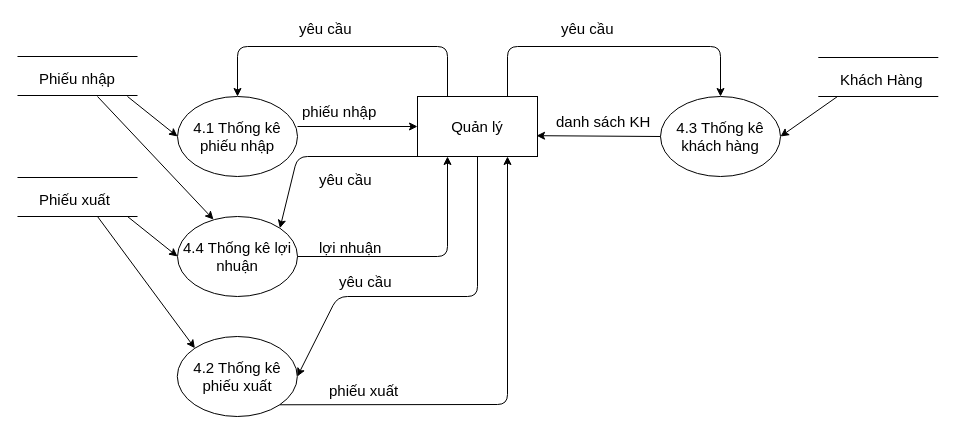
Earlier version of the draw.io diagram DatabaseAnalyst/final/edit/ThongKeBaoCao_MucDuoiDinh.drawio (thienqnpro02/school). Source tidied: cells renumbered, new cells numbered last; positions are measured from the earlier drawing's top-left corner, leaving out a move shared by most shapes. Both pictures are drawn from the tidied source at 100%, with x=0, y=0 at pixel (17, 17).
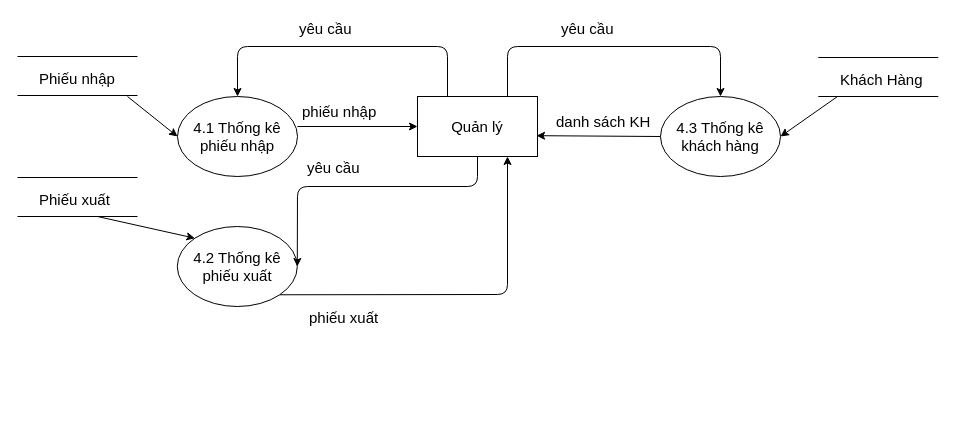
After the change.

The change refers to these unchanged cells:
```xml
<mxCell id="5" value="Quản lý" style="rounded=0;whiteSpace=wrap;html=1;fontSize=15;" parent="1" vertex="1">
  <mxGeometry x="400" y="79" width="120" height="60" as="geometry" />
</mxCell>
```

What changed in the source:
```diff
@@
-    <mxCell id="3" value="4.4 Thống kê lợi nhuận" style="ellipse;whiteSpace=wrap;html=1;fontSize=15;" parent="1" vertex="1">
-      <mxGeometry x="160" y="199" width="120" height="80" as="geometry" />
-    </mxCell>
@@
     <mxCell id="6" value="4.2 Thống kê phiếu xuất" style="ellipse;whiteSpace=wrap;html=1;fontSize=15;" parent="1" vertex="1">
-      <mxGeometry x="159.8" y="319" width="120" height="80" as="geometry" />
+      <mxGeometry x="159.8" y="209" width="120" height="80" as="geometry" />
     </mxCell>
@@
-    <mxCell id="8" style="endArrow=classic;html=1;entryX=1;entryY=0;entryDx=0;entryDy=0;exitX=0.25;exitY=1;exitDx=0;exitDy=0;" parent="1" edge="1" source="5" target="3">
-      <mxGeometry relative="1" as="geometry">
-        <Array as="points">
-          <mxPoint x="280" y="139" />
-        </Array>
-      </mxGeometry>
-    </mxCell>
@@
     <mxCell id="20" style="endArrow=classic;html=1;entryX=1;entryY=0.5;entryDx=0;entryDy=0;exitX=0.5;exitY=1;exitDx=0;exitDy=0;" parent="1" edge="1" source="5" target="6">
       <mxGeometry relative="1" as="geometry">
         <Array as="points">
-          <mxPoint x="460" y="279" />
-          <mxPoint x="320" y="279" />
+          <mxPoint x="460" y="169" />
+          <mxPoint x="280" y="169" />
         </Array>
       </mxGeometry>
     </mxCell>
@@
-    <mxCell id="22" style="endArrow=classic;html=1;entryX=0;entryY=0.5;entryDx=0;entryDy=0;" parent="1" edge="1" target="3">
-      <mxGeometry relative="1" as="geometry">
-        <mxPoint x="110" y="199" as="sourcePoint" />
-      </mxGeometry>
-    </mxCell>
@@
-    <mxCell id="27" value="yêu cầu" style="text;html=1;align=left;verticalAlign=top;spacingTop=-4;fontSize=15;" parent="1" vertex="1">
-      <mxGeometry x="300" y="151" width="60" height="20" as="geometry" />
-    </mxCell>
-    <mxCell id="28" style="endArrow=classic;html=1;entryX=0.25;entryY=1;entryDx=0;entryDy=0;exitX=1;exitY=0.5;exitDx=0;exitDy=0;" parent="1" edge="1" source="3" target="5">
-      <mxGeometry relative="1" as="geometry">
-        <Array as="points">
-          <mxPoint x="430" y="239" />
-        </Array>
-      </mxGeometry>
-    </mxCell>
     <mxCell id="29" value="phiếu xuất" style="text;html=1;align=left;verticalAlign=top;spacingTop=-4;fontSize=15;" parent="1" vertex="1">
-      <mxGeometry x="310" y="362" width="70" height="20" as="geometry" />
+      <mxGeometry x="290" y="289" width="70" height="20" as="geometry" />
     </mxCell>
     <mxCell id="30" value="yêu cầu" style="text;html=1;align=left;verticalAlign=top;spacingTop=-4;fontSize=15;" parent="1" vertex="1">
-      <mxGeometry x="320" y="253" width="60" height="20" as="geometry" />
+      <mxGeometry x="288" y="139" width="60" height="20" as="geometry" />
     </mxCell>
     <mxCell id="31" style="endArrow=classic;html=1;exitX=1;exitY=1;exitDx=0;exitDy=0;entryX=0.75;entryY=1;entryDx=0;entryDy=0;" parent="1" edge="1" source="6" target="5">
       <mxGeometry relative="1" as="geometry">
         <Array as="points">
-          <mxPoint x="490" y="387" />
+          <mxPoint x="490" y="277" />
         </Array>
       </mxGeometry>
     </mxCell>
-    <mxCell id="32" value="lợi nhuận" style="text;html=1;align=left;verticalAlign=top;spacingTop=-4;fontSize=15;" parent="1" vertex="1">
-      <mxGeometry x="300" y="219" width="80" height="20" as="geometry" />
-    </mxCell>
@@
-    <mxCell id="36" style="endArrow=classic;html=1;entryX=0.3;entryY=0.038;entryDx=0;entryDy=0;entryPerimeter=0;" parent="1" edge="1" target="3">
-      <mxGeometry relative="1" as="geometry">
-        <mxPoint x="80" y="79" as="sourcePoint" />
-      </mxGeometry>
-    </mxCell>
```
